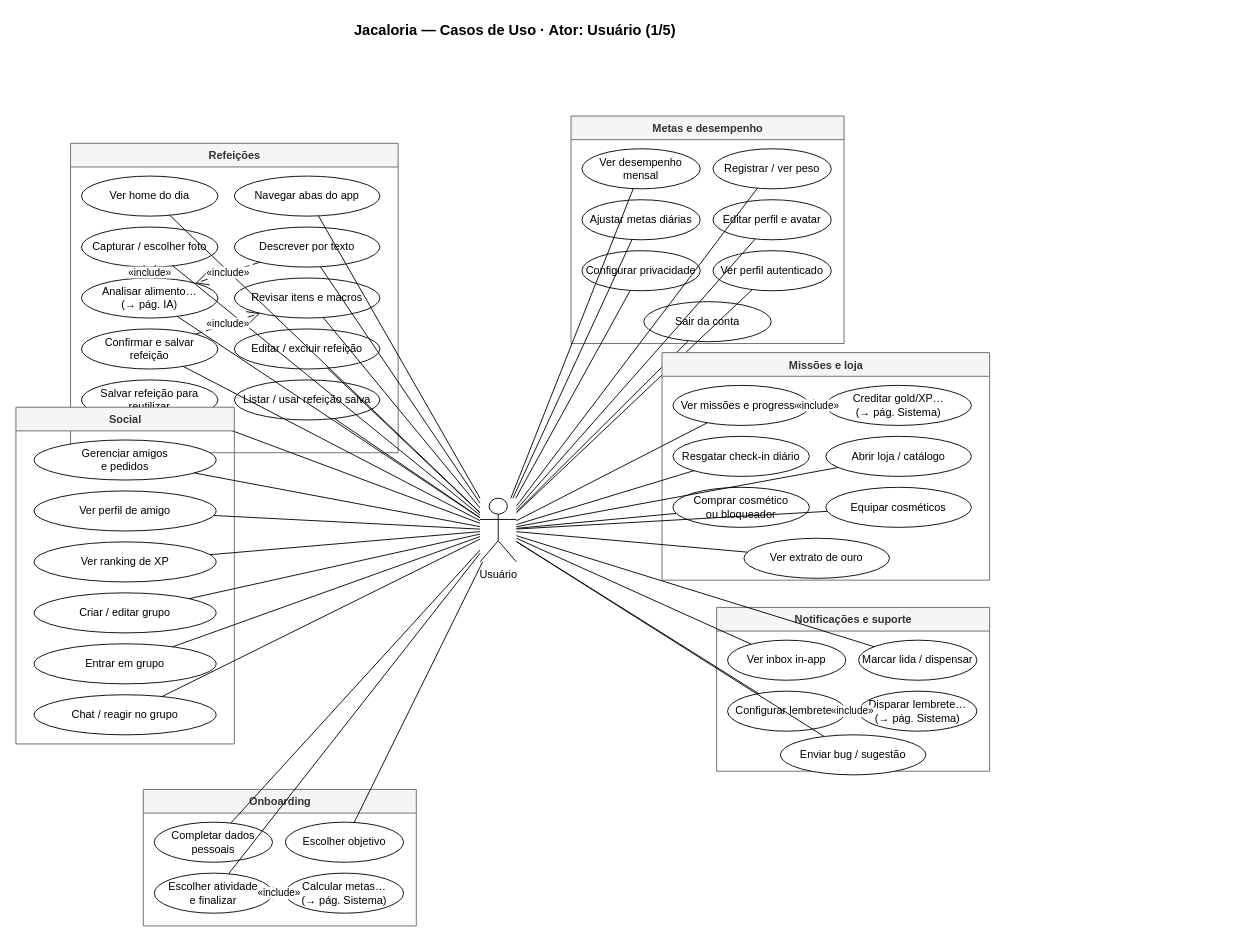
israelhub/JacalorIA-CONTADOR-DE-CALORIAS keeps this draw.io diagram as page "Usuário" (1 of 5) of frontend/CasosDeUso.drawio. Above is the earlier version. Source tidied: cells renumbered, new cells numbered last; positions are measured from the earlier drawing's top-left corner, leaving out a move shared by most shapes. Both pictures are drawn from the tidied source at 91%, with x=0, y=0 at pixel (15, 15).
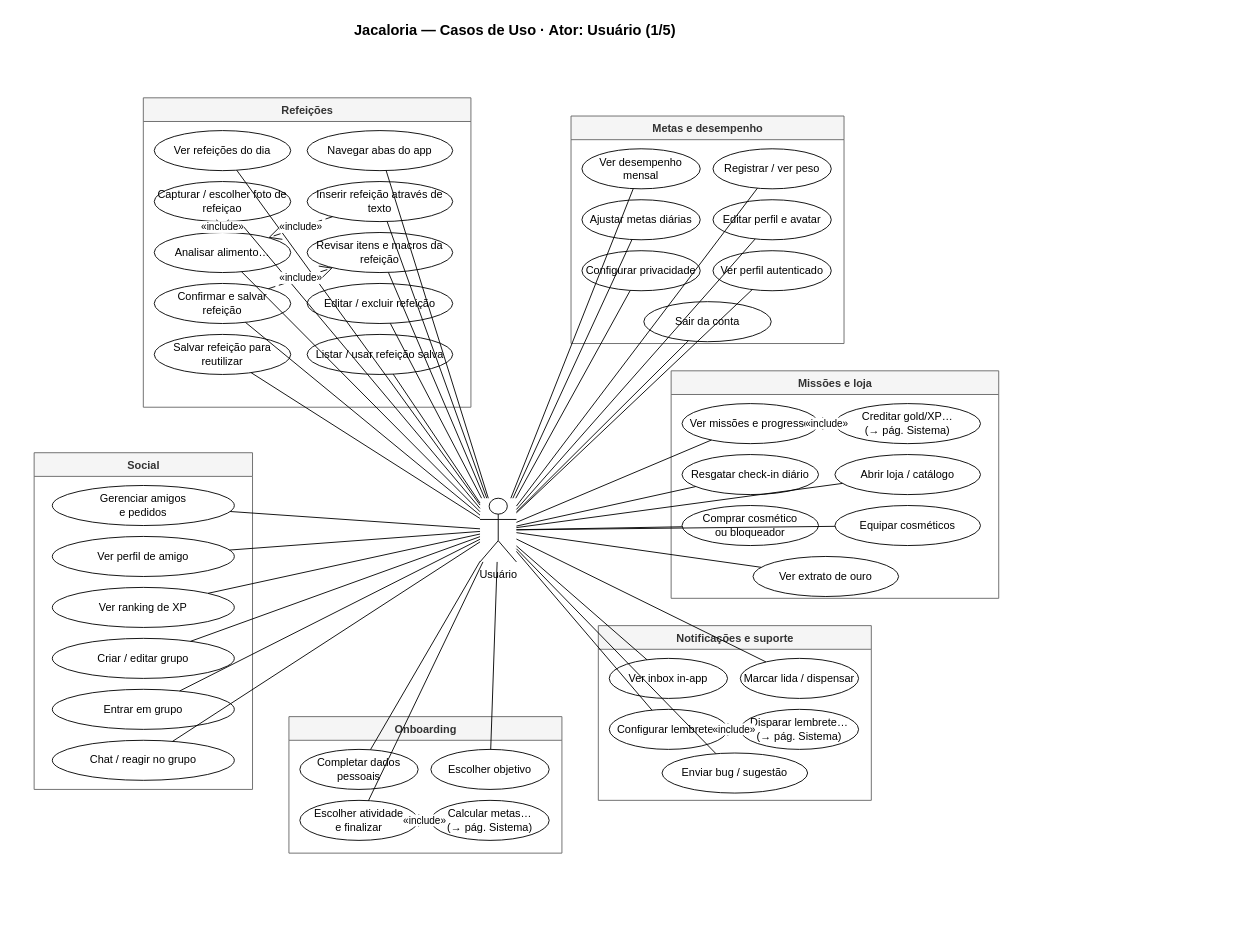
After the change.

The edit, as a diff of the source:
```diff
@@
     <mxCell id="4" value="Onboarding" style="swimlane;fontStyle=1;align=center;verticalAlign=top;startSize=26;fillColor=#f5f5f5;strokeColor=#666666;fontColor=#333333;html=1;" parent="1" vertex="1">
-      <mxGeometry x="140" y="850" width="300" height="150" as="geometry" />
+      <mxGeometry x="300" y="770" width="300" height="150" as="geometry" />
     </mxCell>
@@
     <mxCell id="13" value="Refeições" style="swimlane;fontStyle=1;align=center;verticalAlign=top;startSize=26;fillColor=#f5f5f5;strokeColor=#666666;fontColor=#333333;html=1;" parent="1" vertex="1">
-      <mxGeometry x="60" y="140" width="360" height="340" as="geometry" />
+      <mxGeometry x="140" y="90" width="360" height="340" as="geometry" />
     </mxCell>
-    <mxCell id="14" value="Ver home do dia" style="ellipse;whiteSpace=wrap;html=1;" parent="13" vertex="1">
+    <mxCell id="14" value="Ver refeições do dia" style="ellipse;whiteSpace=wrap;html=1;" parent="13" vertex="1">
       <mxGeometry x="12" y="36" width="150" height="44" as="geometry" />
     </mxCell>
@@
-    <mxCell id="16" value="Capturar / escolher foto" style="ellipse;whiteSpace=wrap;html=1;" parent="13" vertex="1">
+    <mxCell id="16" value="Capturar / escolher foto de refeiçao" style="ellipse;whiteSpace=wrap;html=1;" parent="13" vertex="1">
       <mxGeometry x="12" y="92" width="150" height="44" as="geometry" />
     </mxCell>
-    <mxCell id="17" value="Descrever por texto" style="ellipse;whiteSpace=wrap;html=1;" parent="13" vertex="1">
+    <mxCell id="17" value="Inserir refeição através de texto" style="ellipse;whiteSpace=wrap;html=1;" parent="13" vertex="1">
       <mxGeometry x="180" y="92" width="160" height="44" as="geometry" />
     </mxCell>
-    <mxCell id="18" value="Analisar alimento…&#10;(→ pág. IA)" style="ellipse;whiteSpace=wrap;html=1;" parent="13" vertex="1">
+    <mxCell id="18" value="Analisar alimento…" style="ellipse;whiteSpace=wrap;html=1;" parent="13" vertex="1">
       <mxGeometry x="12" y="148" width="150" height="44" as="geometry" />
     </mxCell>
-    <mxCell id="19" value="Revisar itens e macros" style="ellipse;whiteSpace=wrap;html=1;" parent="13" vertex="1">
+    <mxCell id="19" value="Revisar itens e macros da refeição" style="ellipse;whiteSpace=wrap;html=1;" parent="13" vertex="1">
       <mxGeometry x="180" y="148" width="160" height="44" as="geometry" />
     </mxCell>
@@
+    <mxCell id="33" value="Salvar refeição para reutilizar" style="ellipse;whiteSpace=wrap;html=1;" parent="13" vertex="1">
+      <mxGeometry x="12" y="260" width="150" height="44" as="geometry" />
+    </mxCell>
+    <mxCell id="34" value="Listar / usar refeição salva" style="ellipse;whiteSpace=wrap;html=1;" parent="13" vertex="1">
+      <mxGeometry x="180" y="260" width="160" height="44" as="geometry" />
+    </mxCell>
@@
-    <mxCell id="33" value="Salvar refeição para reutilizar" style="ellipse;whiteSpace=wrap;html=1;" parent="13" vertex="1">
-      <mxGeometry x="12" y="260" width="150" height="44" as="geometry" />
-    </mxCell>
-    <mxCell id="34" value="Listar / usar refeição salva" style="ellipse;whiteSpace=wrap;html=1;" parent="13" vertex="1">
-      <mxGeometry x="180" y="260" width="160" height="44" as="geometry" />
-    </mxCell>
@@
     <mxCell id="52" value="Missões e loja" style="swimlane;fontStyle=1;align=center;verticalAlign=top;startSize=26;fillColor=#f5f5f5;strokeColor=#666666;fontColor=#333333;html=1;" parent="1" vertex="1">
-      <mxGeometry x="710" y="370" width="360" height="250" as="geometry" />
+      <mxGeometry x="720" y="390" width="360" height="250" as="geometry" />
     </mxCell>
@@
     <mxCell id="67" value="Social" style="swimlane;fontStyle=1;align=center;verticalAlign=top;startSize=26;fillColor=#f5f5f5;strokeColor=#666666;fontColor=#333333;html=1;" parent="1" vertex="1">
-      <mxGeometry y="430" width="240" height="370" as="geometry" />
+      <mxGeometry x="20" y="480" width="240" height="370" as="geometry" />
     </mxCell>
@@
     <mxCell id="80" value="Notificações e suporte" style="swimlane;fontStyle=1;align=center;verticalAlign=top;startSize=26;fillColor=#f5f5f5;strokeColor=#666666;fontColor=#333333;html=1;" parent="1" vertex="1">
-      <mxGeometry x="770" y="650" width="300" height="180" as="geometry" />
+      <mxGeometry x="640" y="670" width="300" height="192" as="geometry" />
     </mxCell>
```
